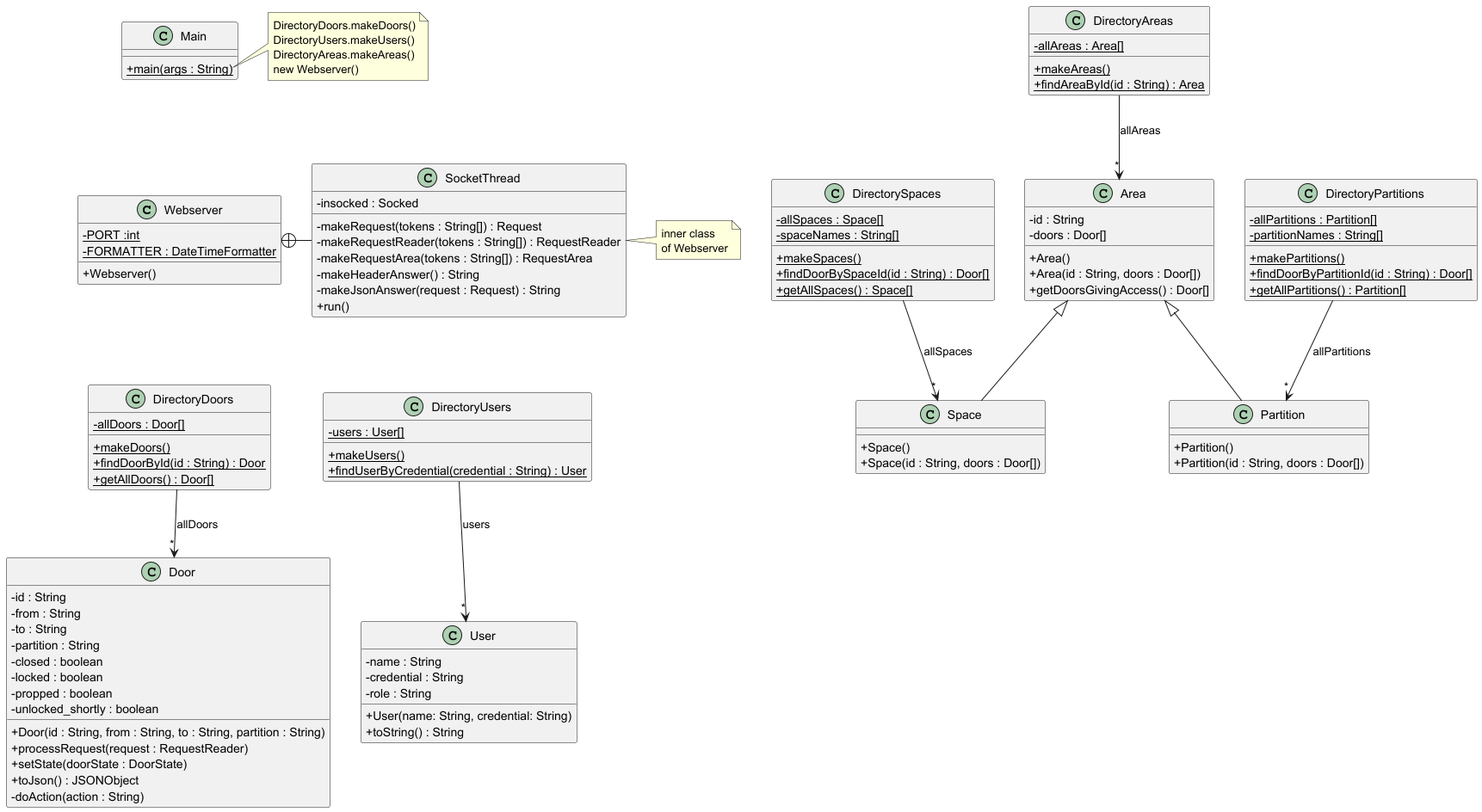
Before: src/baseNoStates/uml/base_no_states.png, a diagram exported from PlantUML (davidal15/Projecte-DS).
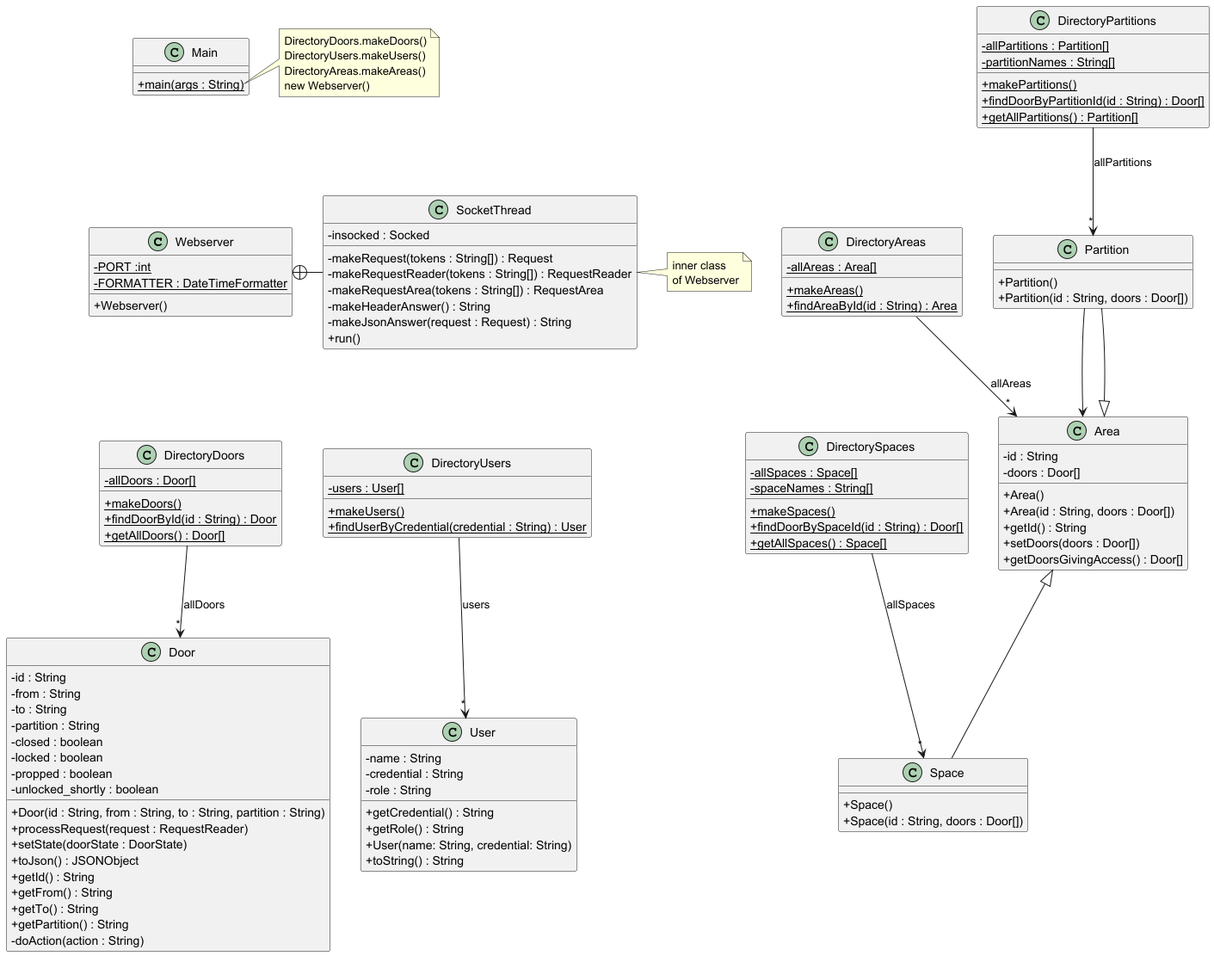
The same file after the commit.

The edit, as a diff of the source:
```diff
@@ -32,6 +32,7 @@
 }
 
 DirectoryDoors --> "*" Door : "allDoors"
+Partition --> Area
 
 class DirectoryUsers {
 - {static} users : User[]
@@ -66,6 +67,7 @@
 + {static} makeAreas()
 + {static} findAreaById(id : String) : Area
 
+
 }
 
 DirectoryAreas --> "*" Area : "allAreas"
@@ -84,6 +86,10 @@
 + processRequest(request : RequestReader)
 + setState(doorState : DoorState)
 + toJson() : JSONObject
++ getId() : String
++ getFrom() : String
++ getTo() : String
++ getPartition() : String
 - doAction(action : String)
 }
 
@@ -92,6 +98,8 @@
 - name : String
 - credential : String
 - role : String
++ getCredential() : String
++ getRole() : String
 + User(name: String, credential: String)
 + toString() : String
 }
@@ -111,6 +119,8 @@
 - doors : Door[]
 + Area()
 + Area(id : String, doors : Door[])
++ getId() : String
++ setDoors(doors : Door[])
 + getDoorsGivingAccess() : Door[]
 }
 
```
